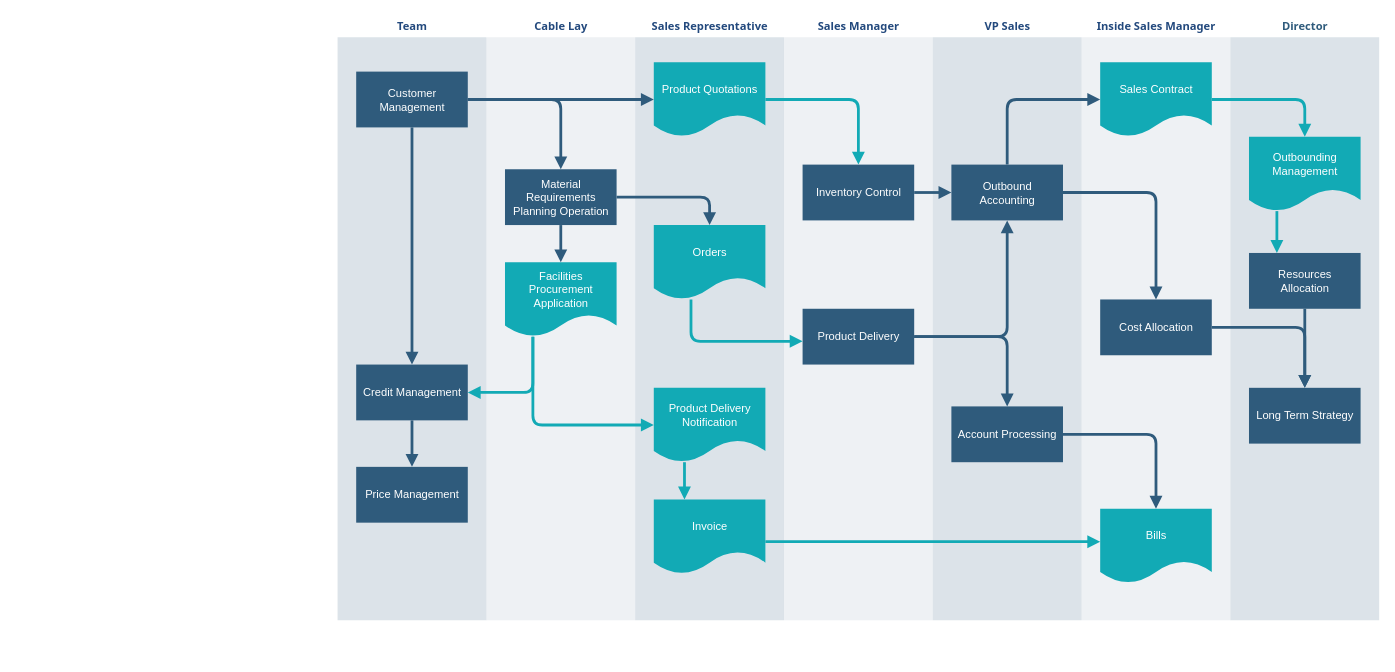
This is Диаграмма без названия.drawio from Balumys/xkcd_comics, a draw.io file, before an edit. Source tidied: cells renumbered, new cells numbered last; positions are measured from the earlier drawing's top-left corner, leaving out a move shared by most shapes. Both pictures are drawn from the tidied source at 93%, with x=0, y=0 at pixel (337, 15).
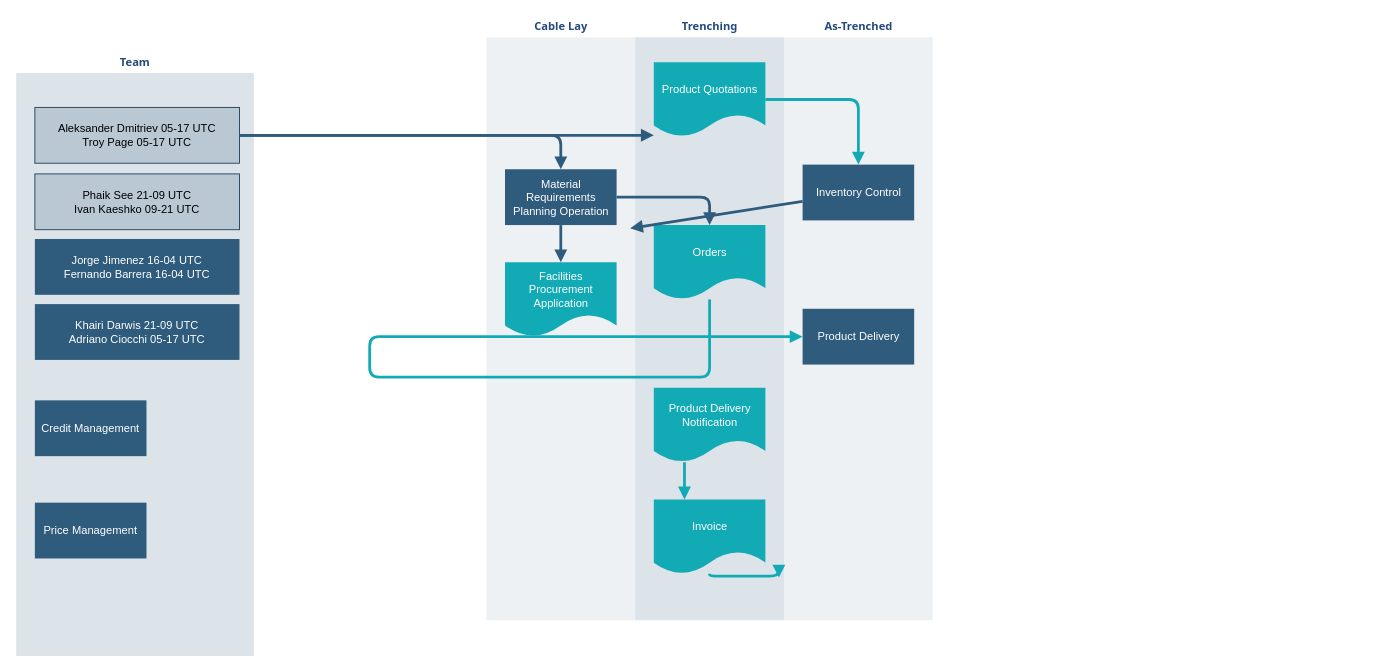
The same diagram, later.

The change refers to these unchanged cells:
```xml
<mxCell id="4" value="Credit Management" style="whiteSpace=wrap;strokeColor=none;fillColor=#2f5b7c;shadow=0;fontColor=#FFFFFF;fontFamily=Helvetica;fontStyle=0;html=1;fontSize=12;spacing=6;verticalAlign=middle;" parent="2" vertex="1">
  <mxGeometry x="20" y="375" width="120" height="60" as="geometry" />
</mxCell>
<mxCell id="5" value="Price Management" style="whiteSpace=wrap;strokeColor=none;fillColor=#2f5b7c;shadow=0;fontColor=#FFFFFF;fontFamily=Helvetica;fontStyle=0;html=1;fontSize=12;spacing=6;verticalAlign=middle;" parent="2" vertex="1">
  <mxGeometry x="20" y="485" width="120" height="60" as="geometry" />
</mxCell>
<mxCell id="17" value="&lt;font color=&quot;#ffffff&quot;&gt;Facilities Procurement&lt;br&gt;Application&lt;/font&gt;&lt;br&gt; " style="shape=document;whiteSpace=wrap;verticalAlign=middle;strokeColor=none;fillColor=#12aab5;shadow=0;fontColor=#FFFFFF;fontFamily=Helvetica;fontStyle=0;html=1;fontSize=12;spacing=6;spacingBottom=22;" parent="15" vertex="1">
  <mxGeometry x="20" y="265" width="120" height="80" as="geometry" />
</mxCell>
<mxCell id="21" value="Orders" style="shape=document;whiteSpace=wrap;verticalAlign=middle;strokeColor=none;fillColor=#12aab5;shadow=0;fontColor=#FFFFFF;fontFamily=Helvetica;fontStyle=0;html=1;fontSize=12;spacing=6;spacingBottom=22;" parent="19" vertex="1">
  <mxGeometry x="20" y="225" width="120" height="80" as="geometry" />
</mxCell>
<mxCell id="22" value="Product Delivery Notification" style="shape=document;whiteSpace=wrap;strokeColor=none;fillColor=#12aab5;shadow=0;fontColor=#FFFFFF;fontFamily=Helvetica;fontStyle=0;html=1;fontSize=12;verticalAlign=middle;spacing=6;spacingBottom=22;" parent="19" vertex="1">
  <mxGeometry x="20" y="400" width="120" height="80" as="geometry" />
</mxCell>
<mxCell id="23" value="Invoice" style="shape=document;whiteSpace=wrap;verticalAlign=middle;strokeColor=none;fillColor=#12aab5;shadow=0;fontColor=#FFFFFF;fontFamily=Helvetica;fontStyle=0;html=1;fontSize=12;spacing=6;spacingBottom=22;" parent="19" vertex="1">
  <mxGeometry x="20" y="520" width="120" height="80" as="geometry" />
</mxCell>
<mxCell id="26" value="Inventory Control" style="whiteSpace=wrap;strokeColor=none;fillColor=#2f5b7c;shadow=0;fontColor=#FFFFFF;fontFamily=Helvetica;fontStyle=0;html=1;fontSize=12;spacing=6;verticalAlign=middle;" parent="25" vertex="1">
  <mxGeometry x="20" y="160" width="120" height="60" as="geometry" />
</mxCell>
<mxCell id="27" value="Product Delivery" style="whiteSpace=wrap;strokeColor=none;fillColor=#2f5b7c;shadow=0;fontColor=#FFFFFF;fontFamily=Helvetica;fontStyle=0;html=1;fontSize=12;spacing=6;verticalAlign=middle;" parent="25" vertex="1">
  <mxGeometry x="20" y="315" width="120" height="60" as="geometry" />
</mxCell>
```

The edit, as a diff of the source:
```diff
@@
     <mxCell id="2" value="&lt;font color=&quot;#23497d&quot;&gt;Team&lt;/font&gt;" style="swimlane;whiteSpace=wrap;fillColor=none;swimlaneFillColor=#BAC8D3;fontColor=#2F5B7C;fontFamily=Tahoma;html=1;strokeColor=none;opacity=50;" parent="1" vertex="1">
-      <mxGeometry x="0.5" y="0.5" width="160" height="650" as="geometry" />
+      <mxGeometry x="-345" y="39" width="255.5" height="650" as="geometry" />
     </mxCell>
-    <mxCell id="3" value="Customer Management" style="whiteSpace=wrap;shadow=0;fontColor=#FFFFFF;fontFamily=Helvetica;fontStyle=0;html=1;fontSize=12;plain-purple;strokeColor=none;fillColor=#2f5b7c;gradientColor=none;spacing=6;verticalAlign=middle;" parent="2" vertex="1">
-      <mxGeometry x="20" y="60" width="120" height="60" as="geometry" />
+    <mxCell id="3" value="Aleksander Dmitriev 05-17 UTC&lt;div&gt;Troy Page 05-17 UTC&lt;/div&gt;" style="whiteSpace=wrap;shadow=0;fontFamily=Helvetica;fontStyle=0;html=1;fontSize=12;strokeColor=#23445d;fillColor=#bac8d3;spacing=6;verticalAlign=middle;" parent="2" vertex="1">
+      <mxGeometry x="20" y="60" width="220" height="60" as="geometry" />
     </mxCell>
@@
-    <mxCell id="6" style="edgeStyle=segmentEdgeStyle;strokeColor=#2F5B7C;strokeWidth=3;html=1;endArrow=block;endFill=1;" parent="2" edge="1" source="4" target="5">
-      <mxGeometry relative="1" as="geometry" />
-    </mxCell>
-    <mxCell id="7" style="edgeStyle=segmentEdgeStyle;strokeColor=#2F5B7C;strokeWidth=3;html=1;endArrow=block;endFill=1;" parent="2" edge="1" source="3" target="4">
-      <mxGeometry relative="1" as="geometry" />
-    </mxCell>
-    <mxCell id="8" value="&lt;font color=&quot;#23497d&quot;&gt;Inside Sales Manager&lt;/font&gt;" style="swimlane;whiteSpace=wrap;fillColor=none;swimlaneFillColor=#BAC8D3;fontColor=#2F5B7C;fontFamily=Tahoma;html=1;strokeColor=none;opacity=25;" parent="1" vertex="1">
-      <mxGeometry x="800.5" y="0.5" width="160" height="650" as="geometry" />
-    </mxCell>
-    <mxCell id="9" value="Sales Contract" style="shape=document;whiteSpace=wrap;verticalAlign=middle;strokeColor=none;fillColor=#12aab5;shadow=0;fontColor=#FFFFFF;fontFamily=Helvetica;fontStyle=0;html=1;fontSize=12;spacing=6;spacingBottom=22;" parent="8" vertex="1">
-      <mxGeometry x="20" y="50" width="120" height="80" as="geometry" />
-    </mxCell>
-    <mxCell id="10" value="Bills" style="shape=document;whiteSpace=wrap;verticalAlign=middle;strokeColor=none;fillColor=#12aab5;shadow=0;fontColor=#FFFFFF;fontFamily=Helvetica;fontStyle=0;html=1;fontSize=12;spacing=6;spacingBottom=22;" parent="8" vertex="1">
-      <mxGeometry x="20" y="530" width="120" height="80" as="geometry" />
-    </mxCell>
-    <mxCell id="11" value="Cost Allocation" style="whiteSpace=wrap;strokeColor=none;fillColor=#2f5b7c;shadow=0;fontColor=#FFFFFF;fontFamily=Helvetica;fontStyle=0;html=1;fontSize=12;spacing=6;verticalAlign=middle;" parent="8" vertex="1">
-      <mxGeometry x="20" y="305" width="120" height="60" as="geometry" />
-    </mxCell>
-    <mxCell id="12" value="&lt;font color=&quot;#23497d&quot;&gt;VP Sales&lt;/font&gt;" style="swimlane;whiteSpace=wrap;fillColor=none;swimlaneFillColor=#BAC8D3;fontColor=#2F5B7C;fontFamily=Tahoma;html=1;strokeColor=none;opacity=50;" parent="1" vertex="1">
-      <mxGeometry x="640.5" y="0.5" width="160" height="650" as="geometry" />
-    </mxCell>
-    <mxCell id="13" value="Outbound Accounting" style="whiteSpace=wrap;fillColor=#2f5b7c;strokeColor=none;shadow=0;fontColor=#FFFFFF;fontFamily=Helvetica;fontStyle=0;html=1;fontSize=12;spacing=6;verticalAlign=middle;" parent="12" vertex="1">
-      <mxGeometry x="20" y="160" width="120" height="60" as="geometry" />
-    </mxCell>
-    <mxCell id="14" value="Account Processing" style="whiteSpace=wrap;strokeColor=none;fillColor=#2f5b7c;shadow=0;fontColor=#FFFFFF;fontFamily=Helvetica;fontStyle=0;html=1;fontSize=12;spacing=6;verticalAlign=middle;" parent="12" vertex="1">
-      <mxGeometry x="20" y="420" width="120" height="60" as="geometry" />
-    </mxCell>
+    <mxCell id="50" value="Jorge Jimenez 16-04 UTC&lt;div&gt;Fernando Barrera 16-04 UTC&lt;/div&gt;" style="whiteSpace=wrap;shadow=0;fontColor=#FFFFFF;fontFamily=Helvetica;fontStyle=0;html=1;fontSize=12;plain-purple;strokeColor=none;fillColor=#2f5b7c;gradientColor=none;spacing=6;verticalAlign=middle;" parent="2" vertex="1">
+      <mxGeometry x="20" y="201.5" width="220" height="60" as="geometry" />
+    </mxCell>
+    <mxCell id="51" value="Phaik See 21-09 UTC&lt;div&gt;Ivan Kaeshko 09-21 UTC&lt;/div&gt;" style="whiteSpace=wrap;shadow=0;fontFamily=Helvetica;fontStyle=0;html=1;fontSize=12;strokeColor=#23445d;fillColor=#bac8d3;spacing=6;verticalAlign=middle;" parent="2" vertex="1">
+      <mxGeometry x="20" y="131.5" width="220" height="60" as="geometry" />
+    </mxCell>
+    <mxCell id="52" value="Khairi Darwis 21-09 UTC&lt;div&gt;Adriano Ciocchi 05-17 UTC&lt;/div&gt;" style="whiteSpace=wrap;shadow=0;fontColor=#FFFFFF;fontFamily=Helvetica;fontStyle=0;html=1;fontSize=12;plain-purple;strokeColor=none;fillColor=#2f5b7c;gradientColor=none;spacing=6;verticalAlign=middle;" parent="2" vertex="1">
+      <mxGeometry x="20" y="271.5" width="220" height="60" as="geometry" />
+    </mxCell>
@@
-    <mxCell id="19" value="&lt;font color=&quot;#23497d&quot;&gt;Sales Representative&lt;/font&gt;" style="swimlane;whiteSpace=wrap;fillColor=none;swimlaneFillColor=#BAC8D3;fontColor=#2F5B7C;fontFamily=Tahoma;html=1;strokeColor=none;opacity=50;" parent="1" vertex="1">
+    <mxCell id="19" value="&lt;font color=&quot;#23497d&quot;&gt;Trenching&lt;/font&gt;" style="swimlane;whiteSpace=wrap;fillColor=none;swimlaneFillColor=#BAC8D3;fontColor=#2F5B7C;fontFamily=Tahoma;html=1;strokeColor=none;opacity=50;" parent="1" vertex="1">
       <mxGeometry x="320.5" y="0.5" width="160" height="650" as="geometry" />
     </mxCell>
@@
-    <mxCell id="25" value="&lt;font color=&quot;#23497d&quot;&gt;Sales Manager&lt;/font&gt;" style="swimlane;whiteSpace=wrap;fillColor=none;swimlaneFillColor=#BAC8D3;fontColor=#2F5B7C;fontFamily=Tahoma;html=1;strokeColor=none;opacity=25;" parent="1" vertex="1">
+    <mxCell id="25" value="&lt;font color=&quot;#23497d&quot;&gt;As-Trenched&lt;/font&gt;" style="swimlane;whiteSpace=wrap;fillColor=none;swimlaneFillColor=#BAC8D3;fontColor=#2F5B7C;fontFamily=Tahoma;html=1;strokeColor=none;opacity=25;startSize=23;" parent="1" vertex="1">
       <mxGeometry x="480.5" y="0.5" width="160" height="650" as="geometry" />
     </mxCell>
@@
-    <mxCell id="28" value="Director" style="swimlane;whiteSpace=wrap;fillColor=none;swimlaneFillColor=#BAC8D3;fontColor=#2F5B7C;fontFamily=Tahoma;html=1;strokeColor=none;opacity=50;" parent="1" vertex="1">
-      <mxGeometry x="960.5" y="0.5" width="160" height="650" as="geometry" />
-    </mxCell>
-    <mxCell id="29" value="Outbounding Management" style="shape=document;whiteSpace=wrap;verticalAlign=middle;strokeColor=none;fillColor=#12aab5;shadow=0;fontColor=#FFFFFF;fontFamily=Helvetica;fontStyle=0;html=1;fontSize=12;spacing=6;spacingBottom=22;" parent="28" vertex="1">
-      <mxGeometry x="20" y="130" width="120" height="80" as="geometry" />
-    </mxCell>
-    <mxCell id="30" value="Resources Allocation" style="whiteSpace=wrap;strokeColor=none;fillColor=#2f5b7c;shadow=0;fontColor=#FFFFFF;fontFamily=Helvetica;fontStyle=0;html=1;fontSize=12;spacing=6;verticalAlign=middle;" parent="28" vertex="1">
-      <mxGeometry x="20" y="255" width="120" height="60" as="geometry" />
-    </mxCell>
-    <mxCell id="31" value="Long Term Strategy" style="whiteSpace=wrap;strokeColor=none;fillColor=#2f5b7c;shadow=0;fontColor=#FFFFFF;fontFamily=Helvetica;fontStyle=0;html=1;fontSize=12;spacing=6;verticalAlign=middle;" parent="28" vertex="1">
-      <mxGeometry x="20" y="400" width="120" height="60" as="geometry" />
-    </mxCell>
-    <mxCell id="32" style="edgeStyle=segmentEdgeStyle;strokeColor=#2F5B7C;strokeWidth=3;html=1;endArrow=block;endFill=1;" parent="28" edge="1" source="30" target="31">
-      <mxGeometry relative="1" as="geometry" />
-    </mxCell>
-    <mxCell id="33" style="edgeStyle=segmentEdgeStyle;entryX=0.25;entryY=0;strokeColor=#12AAB5;strokeWidth=3;html=1;endArrow=block;endFill=1;" parent="28" edge="1" source="29" target="30">
-      <mxGeometry relative="1" as="geometry" />
-    </mxCell>
@@
-    <mxCell id="35" style="edgeStyle=segmentEdgeStyle;strokeColor=#12AAB5;strokeWidth=3;html=1;endArrow=block;endFill=1;" parent="1" edge="1" source="17" target="4">
-      <mxGeometry x="164.5" y="433.5" as="geometry">
-        <Array as="points">
-          <mxPoint x="210.5" y="405.5" />
-        </Array>
-      </mxGeometry>
-    </mxCell>
@@
-    <mxCell id="37" style="edgeStyle=segmentEdgeStyle;strokeColor=#12AAB5;strokeWidth=3;html=1;endArrow=block;endFill=1;" parent="1" edge="1" source="17" target="22">
-      <mxGeometry x="234.5" y="433.5" as="geometry">
-        <Array as="points">
-          <mxPoint x="210.5" y="440.5" />
-        </Array>
-      </mxGeometry>
-    </mxCell>
-    <mxCell id="38" style="edgeStyle=elbowEdgeStyle;elbow=vertical;strokeColor=#12AAB5;strokeWidth=3;html=1;endArrow=block;endFill=1;" parent="1" edge="1" source="23" target="10">
-      <mxGeometry x="484.5" y="623.5" as="geometry" />
+    <mxCell id="38" style="edgeStyle=elbowEdgeStyle;elbow=vertical;strokeColor=#12AAB5;strokeWidth=3;html=1;endArrow=block;endFill=1;" parent="1" edge="1" source="23">
+      <mxGeometry x="484.5" y="623.5" as="geometry">
+        <mxPoint x="475" y="604.5" as="targetPoint" />
+      </mxGeometry>
     </mxCell>
@@
-    <mxCell id="41" style="edgeStyle=none;strokeColor=#2F5B7C;strokeWidth=3;html=1;endArrow=block;endFill=1;" parent="1" edge="1" source="26" target="13">
-      <mxGeometry x="644.5" y="278.5" as="geometry" />
+    <mxCell id="41" style="edgeStyle=none;strokeColor=#2F5B7C;strokeWidth=3;html=1;endArrow=block;endFill=1;" parent="1" edge="1" source="26">
+      <mxGeometry x="644.5" y="278.5" as="geometry">
+        <mxPoint x="315" y="229" as="targetPoint" />
+      </mxGeometry>
     </mxCell>
     <mxCell id="42" style="edgeStyle=segmentEdgeStyle;strokeColor=#12AAB5;strokeWidth=3;html=1;endArrow=block;endFill=1;" parent="1" edge="1" source="21" target="27">
       <mxGeometry x="404.5" y="393.5" as="geometry">
         <Array as="points">
-          <mxPoint x="380.5" y="350.5" />
+          <mxPoint x="35" y="389" />
         </Array>
       </mxGeometry>
     </mxCell>
-    <mxCell id="43" style="edgeStyle=segmentEdgeStyle;strokeColor=#2F5B7C;strokeWidth=3;html=1;endArrow=block;endFill=1;" parent="1" edge="1" source="27" target="13">
-      <mxGeometry x="644.5" y="308.5" as="geometry" />
-    </mxCell>
-    <mxCell id="44" style="edgeStyle=segmentEdgeStyle;strokeColor=#2F5B7C;strokeWidth=3;html=1;endArrow=block;endFill=1;" parent="1" edge="1" source="27" target="14">
-      <mxGeometry x="644.5" y="433.5" as="geometry" />
-    </mxCell>
-    <mxCell id="45" style="edgeStyle=segmentEdgeStyle;strokeColor=#2F5B7C;strokeWidth=3;html=1;endArrow=block;endFill=1;" parent="1" edge="1" source="13" target="9">
-      <mxGeometry x="744.5" y="178.5" as="geometry">
-        <Array as="points">
-          <mxPoint x="720.5" y="90.5" />
-        </Array>
-      </mxGeometry>
-    </mxCell>
-    <mxCell id="46" style="edgeStyle=segmentEdgeStyle;strokeColor=#2F5B7C;strokeWidth=3;html=1;endArrow=block;endFill=1;" parent="1" edge="1" source="13" target="11">
-      <mxGeometry x="804.5" y="278.5" as="geometry" />
-    </mxCell>
-    <mxCell id="47" style="edgeStyle=segmentEdgeStyle;strokeColor=#2F5B7C;strokeWidth=3;html=1;endArrow=block;endFill=1;" parent="1" edge="1" source="14" target="10">
-      <mxGeometry x="804.5" y="538.5" as="geometry" />
-    </mxCell>
-    <mxCell id="48" style="edgeStyle=segmentEdgeStyle;strokeColor=#2F5B7C;strokeWidth=3;html=1;endArrow=block;endFill=1;" parent="1" edge="1" source="11" target="31">
-      <mxGeometry x="964.5" y="423.5" as="geometry" />
-    </mxCell>
-    <mxCell id="49" style="edgeStyle=segmentEdgeStyle;strokeColor=#12AAB5;strokeWidth=3;html=1;endArrow=block;endFill=1;" parent="1" edge="1" source="9" target="29">
-      <mxGeometry x="964.5" y="178.5" as="geometry" />
-    </mxCell>
```
